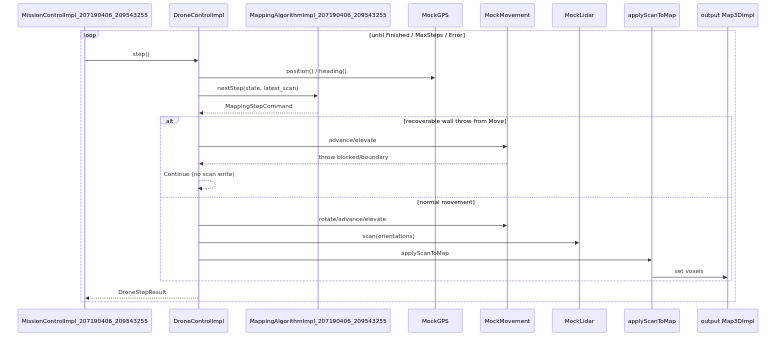
Before: docs/hld/seq-drone-step.png, a diagram exported from Mermaid (Sagi154/Drone-Mapper-ex3). Its source is kept beside it as docs/hld/seq-drone-step.mmd.
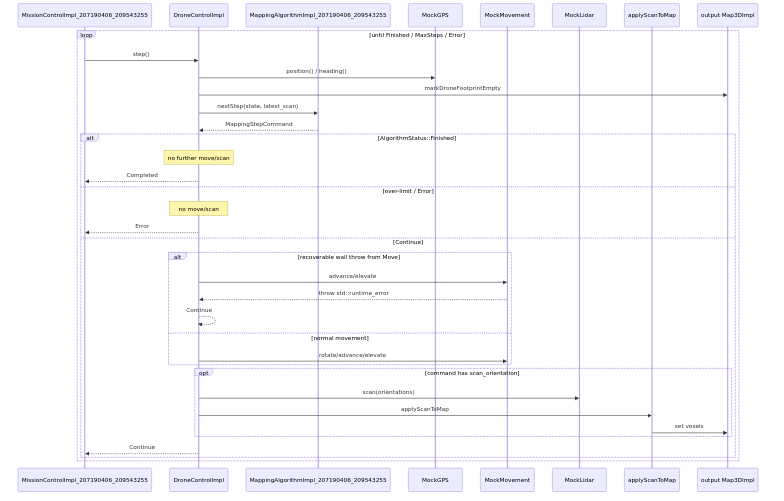
After the commit.

The edit, as a diff of the source:
```diff
@@ -11,17 +11,28 @@
     loop until Finished / MaxSteps / Error
         MC->>DC: step()
         DC->>GPS: position() / heading()
+        DC->>Map: markDroneFootprintEmpty
         DC->>Algo: nextStep(state, latest_scan)
         Algo-->>DC: MappingStepCommand
-        alt recoverable wall throw from Move
-            DC->>Move: advance/elevate
-            Move-->>DC: throw blocked/boundary
-            DC-->>DC: Continue (no scan write)
-        else normal movement
-            DC->>Move: rotate/advance/elevate
-            DC->>Lidar: scan(orientations)
-            DC->>SR: applyScanToMap
-            SR->>Map: set voxels
+        alt AlgorithmStatus::Finished
+            Note over DC: no further move/scan
+            DC-->>MC: Completed
+        else over-limit / Error
+            Note over DC: no move/scan
+            DC-->>MC: Error
+        else Continue
+            alt recoverable wall throw from Move
+                DC->>Move: advance/elevate
+                Move-->>DC: throw std::runtime_error
+                DC-->>DC: Continue
+            else normal movement
+                DC->>Move: rotate/advance/elevate
+            end
+            opt command has scan_orientation
+                DC->>Lidar: scan(orientations)
+                DC->>SR: applyScanToMap
+                SR->>Map: set voxels
+            end
+            DC-->>MC: Continue
         end
-        DC-->>MC: DroneStepResult
     end
```
